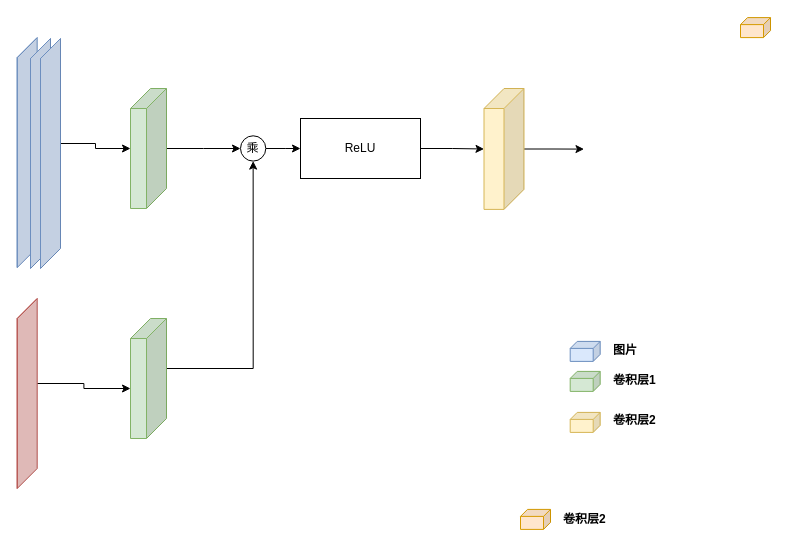
dkhonker/bigcreat-Architecture-Diagrams keeps this draw.io diagram as roi1.drawio. Above is the earlier version. Source tidied: cells renumbered, new cells numbered last; positions are measured from the earlier drawing's top-left corner, leaving out a move shared by most shapes. Both pictures are drawn from the tidied source at 100%, with x=0, y=0 at pixel (17, 17).
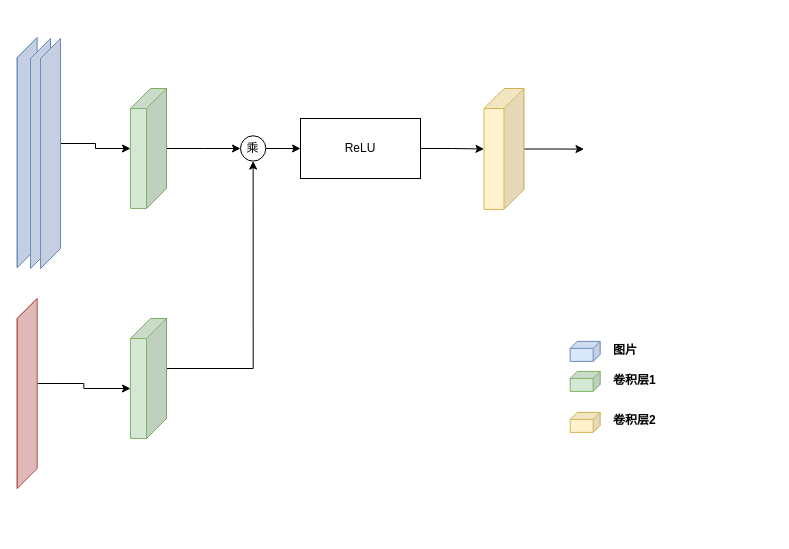
After the change.

What changed in the source:
```diff
@@
-    <mxCell id="7" style="shape=cube;whiteSpace=wrap;html=1;boundedLbl=1;backgroundOutline=1;darkOpacity=0.05;darkOpacity2=0.1;size=7;direction=east;flipH=1;fillColor=#ffe6cc;strokeColor=#d79b00;" parent="1" vertex="1">
-      <mxGeometry x="723" y="0.1" width="30" height="20" as="geometry" />
-    </mxCell>
@@
-    <mxCell id="10" value="卷积层2" style="text;html=1;strokeColor=none;fillColor=none;align=left;verticalAlign=middle;whiteSpace=wrap;rounded=0;fontStyle=1;" parent="1" vertex="1">
-      <mxGeometry x="544" y="490" width="138" height="23.9" as="geometry" />
-    </mxCell>
@@
-    <mxCell id="13" style="shape=cube;whiteSpace=wrap;html=1;boundedLbl=1;backgroundOutline=1;darkOpacity=0.05;darkOpacity2=0.1;size=7;direction=east;flipH=1;fillColor=#ffe6cc;strokeColor=#d79b00;" parent="1" vertex="1">
-      <mxGeometry x="503" y="491.9" width="30" height="20" as="geometry" />
-    </mxCell>
```
